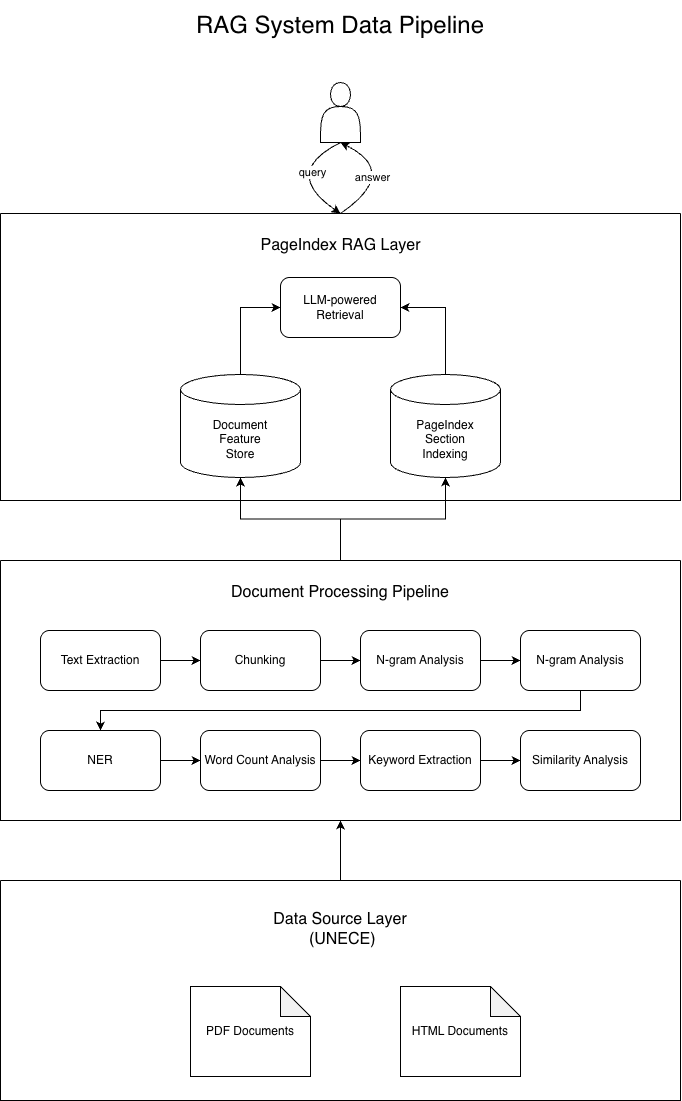
Earlier version of the draw.io export docs/images/rag-data-pipeline.png (srh-ms-r-leads-us/techdoc-rag). Source tidied: cells renumbered, new cells last; positions are measured from the earlier drawing's top-left corner, leaving out a move shared by most shapes.
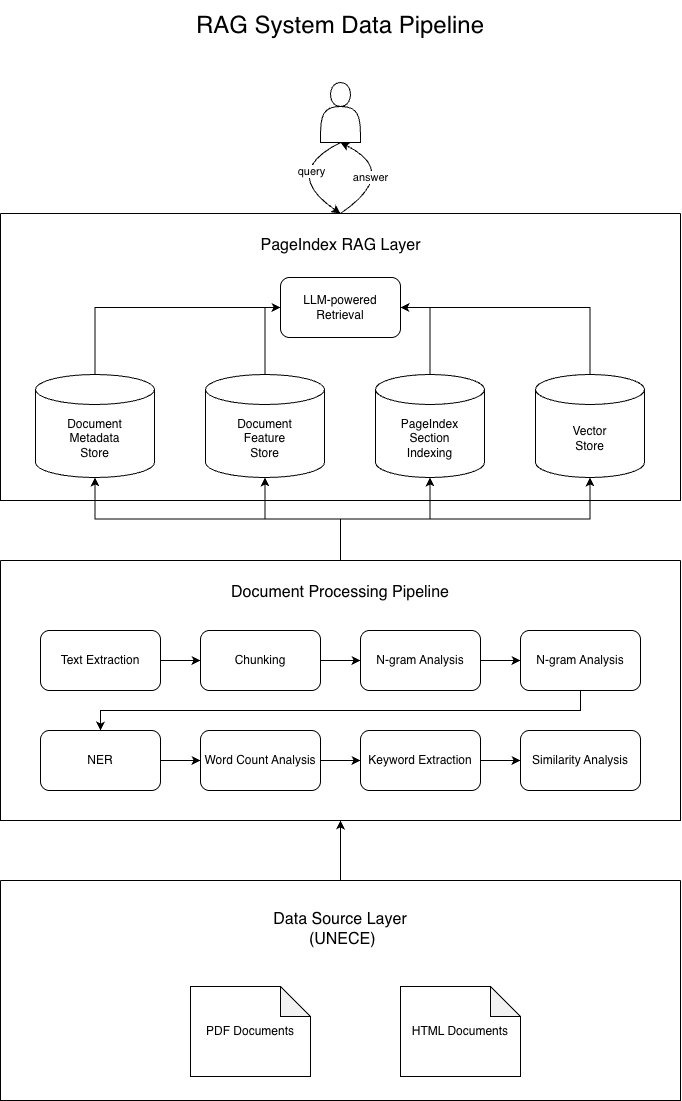
The same diagram one commit later.

Commit message:
- update rag-data-pipeline image (with source file) - add ER-diagram (with source file)

Change to the diagram source:
```diff
@@ -17,15 +17,31 @@
     <mxCell id="6" style="edgeStyle=orthogonalEdgeStyle;rounded=0;jettySize=auto;html=1;exitX=0.5;exitY=0;exitDx=0;exitDy=0;exitPerimeter=0;entryX=0;entryY=0.5;entryDx=0;entryDy=0;" parent="3" edge="1" source="7" target="4">
       <mxGeometry relative="1" as="geometry" />
     </mxCell>
-    <mxCell id="7" value="Document&lt;div&gt;Feature&lt;/div&gt;&lt;div&gt;Store&lt;/div&gt;" style="shape=cylinder3;whiteSpace=wrap;html=1;boundedLbl=1;backgroundOutline=1;size=15;" parent="3" vertex="1">
-      <mxGeometry x="180" y="161" width="120" height="103" as="geometry" />
+    <mxCell id="7" value="Document&lt;div&gt;Metadata&lt;/div&gt;&lt;div&gt;Store&lt;/div&gt;" style="shape=cylinder3;whiteSpace=wrap;html=1;boundedLbl=1;backgroundOutline=1;size=15;" parent="3" vertex="1">
+      <mxGeometry x="35" y="161" width="119" height="103" as="geometry" />
     </mxCell>
     <mxCell id="8" style="edgeStyle=orthogonalEdgeStyle;rounded=0;jettySize=auto;html=1;exitX=0.5;exitY=0;exitDx=0;exitDy=0;exitPerimeter=0;entryX=1;entryY=0.5;entryDx=0;entryDy=0;" parent="3" edge="1" source="9" target="4">
       <mxGeometry relative="1" as="geometry" />
     </mxCell>
     <mxCell id="9" value="PageIndex&lt;div&gt;Section&lt;/div&gt;&lt;div&gt;Indexing&lt;/div&gt;" style="shape=cylinder3;whiteSpace=wrap;html=1;boundedLbl=1;backgroundOutline=1;size=15;" parent="3" vertex="1">
-      <mxGeometry x="390" y="161" width="110" height="103" as="geometry" />
+      <mxGeometry x="375" y="161" width="109" height="103" as="geometry" />
     </mxCell>
+    <mxCell id="39" style="edgeStyle=orthogonalEdgeStyle;rounded=0;jettySize=auto;html=1;exitX=0.5;exitY=0;exitDx=0;exitDy=0;exitPerimeter=0;entryX=0;entryY=0.5;entryDx=0;entryDy=0;" parent="3" edge="1" source="40" target="4">
+      <mxGeometry relative="1" as="geometry">
+        <Array as="points">
+          <mxPoint x="265" y="94" />
+        </Array>
+      </mxGeometry>
+    </mxCell>
+    <mxCell id="40" value="Document&lt;div&gt;Feature&lt;/div&gt;&lt;div&gt;Store&lt;/div&gt;" style="shape=cylinder3;whiteSpace=wrap;html=1;boundedLbl=1;backgroundOutline=1;size=15;" parent="3" vertex="1">
+      <mxGeometry x="205" y="161" width="119" height="103" as="geometry" />
+    </mxCell>
+    <mxCell id="41" style="edgeStyle=orthogonalEdgeStyle;rounded=0;jettySize=auto;html=1;exitX=0.5;exitY=0;exitDx=0;exitDy=0;exitPerimeter=0;entryX=1;entryY=0.5;entryDx=0;entryDy=0;" parent="3" edge="1" source="42" target="4">
+      <mxGeometry relative="1" as="geometry" />
+    </mxCell>
+    <mxCell id="42" value="Vector&lt;div&gt;Store&lt;/div&gt;" style="shape=cylinder3;whiteSpace=wrap;html=1;boundedLbl=1;backgroundOutline=1;size=15;" parent="3" vertex="1">
+      <mxGeometry x="535" y="161" width="109" height="103" as="geometry" />
+    </mxCell>
     <mxCell id="10" style="curved=1;endArrow=classic;html=1;rounded=0;entryX=0.5;entryY=0;entryDx=0;entryDy=0;" parent="1" edge="1" target="3">
       <mxGeometry relative="1" as="geometry">
         <mxPoint x="340" y="142" as="sourcePoint" />
@@ -54,6 +70,9 @@
     <mxCell id="14" value="RAG System Data Pipeline" style="text;html=1;whiteSpace=wrap;strokeColor=none;fillColor=none;align=center;verticalAlign=middle;rounded=0;fontSize=24;" parent="1" vertex="1">
       <mxGeometry x="165" width="350" height="50" as="geometry" />
     </mxCell>
+    <mxCell id="43" style="edgeStyle=orthogonalEdgeStyle;rounded=0;jettySize=auto;html=1;exitX=0.5;exitY=0;exitDx=0;exitDy=0;" parent="1" edge="1" source="15" target="42">
+      <mxGeometry relative="1" as="geometry" />
+    </mxCell>
     <mxCell id="15" style="swimlane;startSize=0;" parent="1" vertex="1">
       <mxGeometry y="560" width="680" height="260" as="geometry" />
     </mxCell>
@@ -126,5 +145,8 @@
     <mxCell id="38" style="edgeStyle=orthogonalEdgeStyle;rounded=0;jettySize=auto;html=1;exitX=0.5;exitY=0;exitDx=0;exitDy=0;entryX=0.5;entryY=1;entryDx=0;entryDy=0;entryPerimeter=0;" parent="1" edge="1" source="15" target="9">
       <mxGeometry relative="1" as="geometry" />
     </mxCell>
+    <mxCell id="44" style="edgeStyle=orthogonalEdgeStyle;rounded=0;jettySize=auto;html=1;exitX=0.5;exitY=0;exitDx=0;exitDy=0;entryX=0.5;entryY=1;entryDx=0;entryDy=0;entryPerimeter=0;" parent="1" edge="1" source="15" target="40">
+      <mxGeometry relative="1" as="geometry" />
+    </mxCell>
   </root>
 </mxGraphModel>
```
